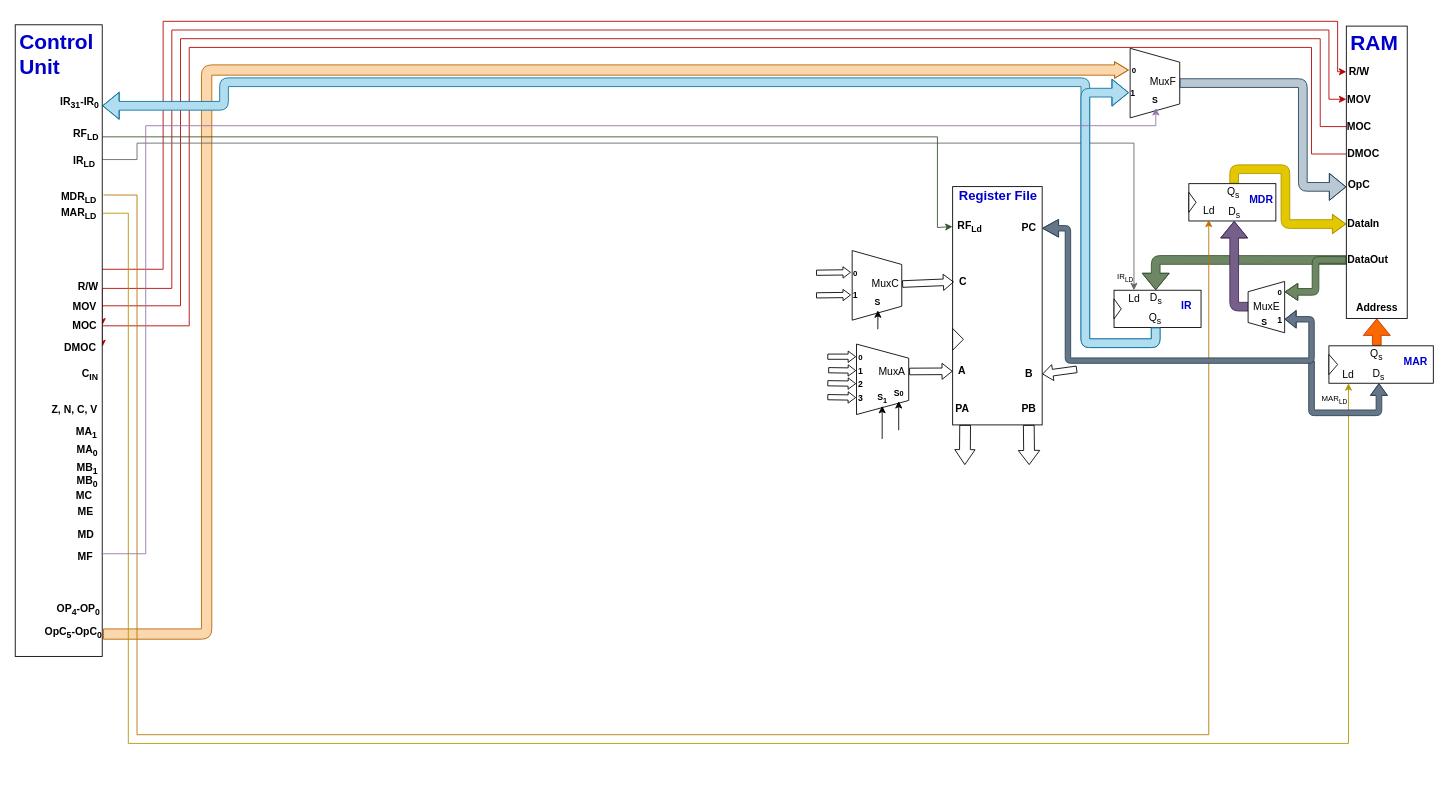
The draw.io diagram MIPS CPU Diagram.drawio in TheParodicts/MIPS_CPU_Diagram, before the edit. Source tidied: cells renumbered, new cells numbered last; positions are measured from the earlier drawing's top-left corner, leaving out a move shared by most shapes. Both pictures are drawn from the tidied source at 87%, with x=0, y=0 at pixel (15, 21).
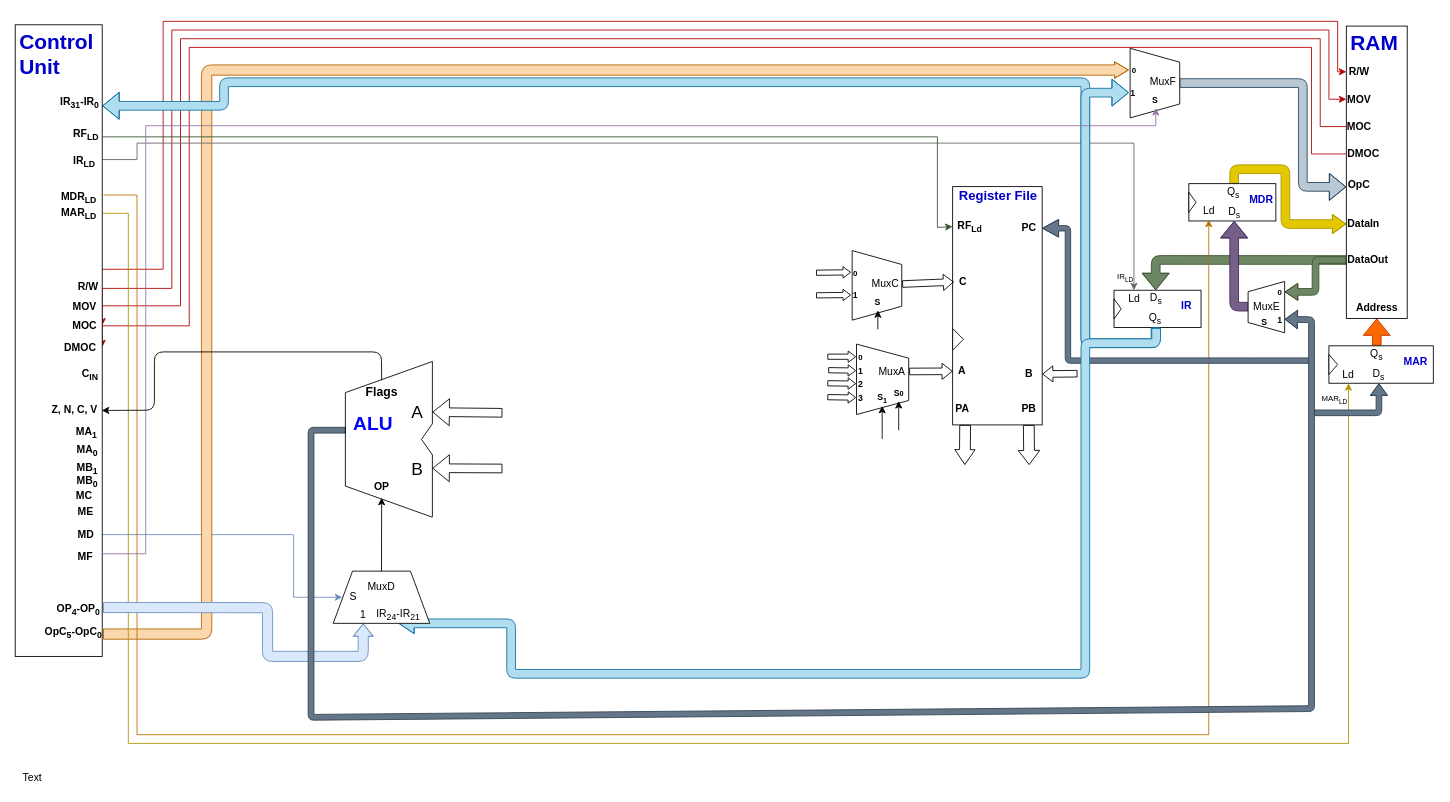
The same diagram, later.

Commit message:
ALU & MuxD

Unchanged cells that the change refers to:
```xml
<mxCell id="11" value="&lt;b&gt;PC&lt;/b&gt;" style="text;html=1;strokeColor=none;fillColor=none;align=center;verticalAlign=middle;whiteSpace=wrap;rounded=0;" parent="8" vertex="1">
  <mxGeometry x="72" y="38.5" width="30.9" height="18.7" as="geometry" />
</mxCell>
<mxCell id="16" value="&lt;b&gt;B&lt;/b&gt;" style="text;html=1;strokeColor=none;fillColor=none;align=center;verticalAlign=middle;whiteSpace=wrap;rounded=0;" parent="8" vertex="1">
  <mxGeometry x="72.1" y="206.1" width="30.9" height="18.7" as="geometry" />
</mxCell>
<mxCell id="31" value="D&lt;sub&gt;s&lt;/sub&gt;" style="text;html=1;strokeColor=none;fillColor=none;align=center;verticalAlign=middle;whiteSpace=wrap;rounded=0;" parent="26" vertex="1">
  <mxGeometry x="45" y="23.1" width="25" height="20" as="geometry" />
</mxCell>
<mxCell id="103" value="&lt;div style=&quot;text-align: right&quot;&gt;&lt;b&gt;Z, N, C, V&lt;/b&gt;&lt;/div&gt;" style="text;html=1;strokeColor=none;fillColor=none;align=center;verticalAlign=middle;whiteSpace=wrap;rounded=0;" parent="98" vertex="1">
  <mxGeometry x="36.5" y="433" width="63" height="20.5" as="geometry" />
</mxCell>
<mxCell id="109" value="&lt;div style=&quot;text-align: right&quot;&gt;&lt;b&gt;MD&lt;/b&gt;&lt;/div&gt;" style="text;html=1;" parent="98" vertex="1">
  <mxGeometry x="70" y="572" width="29" height="20" as="geometry" />
</mxCell>
<mxCell id="111" value="&lt;div style=&quot;text-align: right&quot;&gt;&lt;b&gt;OP&lt;sub&gt;4&lt;/sub&gt;-OP&lt;sub&gt;0&lt;/sub&gt;&lt;/b&gt;&lt;/div&gt;" style="text;html=1;" parent="98" vertex="1">
  <mxGeometry x="46" y="658" width="55" height="23.5" as="geometry" />
</mxCell>
<mxCell id="145" value="&lt;font size=&quot;1&quot;&gt;&lt;b&gt;1&lt;/b&gt;&lt;/font&gt;" style="text;html=1;strokeColor=none;fillColor=none;align=center;verticalAlign=middle;whiteSpace=wrap;rounded=0;" parent="144" vertex="1">
  <mxGeometry x="41" y="14.5" width="10" height="20" as="geometry" />
</mxCell>
```

Diff of the diagram source:
```diff
@@
+    <mxCell id="149" style="edgeStyle=orthogonalEdgeStyle;rounded=0;jettySize=auto;html=1;fontSize=14;fontColor=#000000;fillColor=#dae8fc;strokeColor=#6c8ebf;entryX=0;entryY=0.5;entryDx=0;entryDy=0;" parent="1" edge="1" source="109" target="177">
+      <mxGeometry relative="1" as="geometry">
+        <Array as="points">
+          <mxPoint x="320" y="590" />
+          <mxPoint x="320" y="662" />
+        </Array>
+      </mxGeometry>
+    </mxCell>
@@
     <mxCell id="36" style="shape=flexArrow;endArrow=classic;html=1;entryX=1;entryY=0.5;entryDx=0;entryDy=0;width=7.6;endSize=3.5655172413793106;endWidth=9.931034482758621;" parent="1" edge="1" target="16">
       <mxGeometry relative="1" as="geometry">
-        <mxPoint x="1220.5" y="400" as="sourcePoint" />
+        <mxPoint x="1221" y="405" as="sourcePoint" />
       </mxGeometry>
     </mxCell>
@@
     <mxCell id="141" style="shape=flexArrow;endArrow=classic;html=1;entryX=0.5;entryY=1;entryDx=0;entryDy=0;edgeStyle=orthogonalEdgeStyle;fillColor=#647687;strokeColor=#314354;endWidth=11.974040021633316;endSize=4.162790697674418;width=6.511627906976744;" parent="1" edge="1" target="31">
       <mxGeometry relative="1" as="geometry">
-        <mxPoint x="1490" y="390" as="sourcePoint" />
+        <mxPoint x="1490" y="450" as="sourcePoint" />
         <Array as="points">
-          <mxPoint x="1490" y="450" />
-          <mxPoint x="1567" y="450" />
+          <mxPoint x="1568" y="450" />
         </Array>
       </mxGeometry>
     </mxCell>
-    <mxCell id="142" style="shape=flexArrow;endArrow=classic;startArrow=classic;html=1;exitX=1;exitY=0.5;exitDx=0;exitDy=0;entryX=1;entryY=0.5;entryDx=0;entryDy=0;edgeStyle=orthogonalEdgeStyle;fillColor=#647687;strokeColor=#314354;startWidth=13.023255813953488;endWidth=13.023255813953488;startSize=5.78139534883721;endSize=3.9209302325581397;width=6.279069767441861;" parent="1" edge="1" source="11" target="145">
+    <mxCell id="142" style="shape=flexArrow;endArrow=none;startArrow=block;html=1;exitX=1;exitY=0.5;exitDx=0;exitDy=0;edgeStyle=orthogonalEdgeStyle;fillColor=#647687;strokeColor=#314354;startWidth=13.023255813953488;endWidth=13.023255813953488;startSize=5.78139534883721;endSize=3.9209302325581397;width=6.279069767441861;startFill=0;endFill=0;" parent="1" edge="1" source="11">
       <mxGeometry relative="1" as="geometry">
+        <mxPoint x="1490" y="390" as="targetPoint" />
         <Array as="points">
           <mxPoint x="1210" y="238" />
           <mxPoint x="1210" y="390" />
-          <mxPoint x="1490" y="390" />
-          <mxPoint x="1490" y="343" />
+          <mxPoint x="1420" y="390" />
         </Array>
       </mxGeometry>
     </mxCell>
@@
+    <mxCell id="150" value="Text" style="text;html=1;strokeColor=none;fillColor=none;align=center;verticalAlign=middle;whiteSpace=wrap;rounded=0;" parent="1" vertex="1">
+      <mxGeometry y="860" width="40" height="20" as="geometry" />
+    </mxCell>
+    <mxCell id="151" style="endArrow=classic;html=1;fontSize=12;fontColor=#000000;exitX=0.5;exitY=0;exitDx=0;exitDy=0;entryX=1;entryY=0.5;entryDx=0;entryDy=0;" parent="1" edge="1" source="170" target="103">
+      <mxGeometry relative="1" as="geometry">
+        <Array as="points">
+          <mxPoint x="421" y="380" />
+          <mxPoint x="160" y="380" />
+          <mxPoint x="160" y="447" />
+        </Array>
+      </mxGeometry>
+    </mxCell>
+    <mxCell id="152" style="endArrow=classic;html=1;fontSize=12;fontColor=#000000;entryX=0.5;entryY=1;entryDx=0;entryDy=0;exitX=0.5;exitY=0;exitDx=0;exitDy=0;" parent="1" edge="1" source="176" target="171">
+      <mxGeometry relative="1" as="geometry" />
+    </mxCell>
+    <mxCell id="153" style="shape=flexArrow;endArrow=classic;html=1;fontSize=14;fontColor=#000000;exitX=1;exitY=0.5;exitDx=0;exitDy=0;width=11.666666666666668;endSize=4.441666666666667;endWidth=10.277777777777777;fillColor=#dae8fc;strokeColor=#6c8ebf;entryX=0.5;entryY=1;entryDx=0;entryDy=0;" parent="1" edge="1" source="111" target="178">
+      <mxGeometry relative="1" as="geometry">
+        <Array as="points">
+          <mxPoint x="290" y="674" />
+          <mxPoint x="290" y="730" />
+          <mxPoint x="400" y="730" />
+        </Array>
+      </mxGeometry>
+    </mxCell>
+    <mxCell id="154" style="shape=flexArrow;endArrow=classic;html=1;exitX=0.5;exitY=1;exitDx=0;exitDy=0;edgeStyle=orthogonalEdgeStyle;fillColor=#b1ddf0;strokeColor=#10739e;endWidth=12.571428571428571;endSize=5.525714285714286;entryX=0.5;entryY=1;entryDx=0;entryDy=0;" parent="1" edge="1" target="179">
+      <mxGeometry relative="1" as="geometry">
+        <mxPoint x="1311.4" y="352.6" as="sourcePoint" />
+        <Array as="points">
+          <mxPoint x="1311" y="370" />
+          <mxPoint x="1230" y="370" />
+          <mxPoint x="1230" y="750" />
+          <mxPoint x="570" y="750" />
+        </Array>
+      </mxGeometry>
+    </mxCell>
+    <mxCell id="155" style="shape=flexArrow;html=1;fontSize=12;fontColor=#000000;fillColor=#647687;strokeColor=#314354;shadow=0;comic=0;endWidth=0;startArrow=block;startFill=0;endArrow=none;endFill=0;exitX=1;exitY=0.5;exitDx=0;exitDy=0;startWidth=13.492063492063492;startSize=4.409523809523809;width=6.666666666666666;" parent="1" edge="1" source="145">
+      <mxGeometry relative="1" as="geometry">
+        <mxPoint x="380" y="470" as="targetPoint" />
+        <Array as="points">
+          <mxPoint x="1490" y="343" />
+          <mxPoint x="1490" y="790" />
+          <mxPoint x="340" y="800" />
+          <mxPoint x="340" y="470" />
+        </Array>
+      </mxGeometry>
+    </mxCell>
+    <mxCell id="156" style="group;" parent="1" vertex="1">
+      <mxGeometry x="379.5" y="391" width="180.5" height="179" as="geometry" />
+    </mxCell>
+    <mxCell id="157" style="group;" parent="156" vertex="1">
+      <mxGeometry width="100" height="179" as="geometry" />
+    </mxCell>
+    <mxCell id="158" style="group;fontSize=14;" parent="157" vertex="1">
+      <mxGeometry width="100" height="179" as="geometry" />
+    </mxCell>
+    <mxCell id="159" style="endArrow=none;html=1;" parent="158" edge="1">
+      <mxGeometry relative="1" as="geometry">
+        <mxPoint y="143.2" as="sourcePoint" />
+        <mxPoint x="100" y="179" as="targetPoint" />
+      </mxGeometry>
+    </mxCell>
+    <mxCell id="160" style="endArrow=none;html=1;snapToPoint=0;" parent="158" edge="1">
+      <mxGeometry relative="1" as="geometry">
+        <mxPoint x="100" as="sourcePoint" />
+        <mxPoint y="35.8" as="targetPoint" />
+      </mxGeometry>
+    </mxCell>
+    <mxCell id="161" style="endArrow=none;html=1;" parent="158" edge="1">
+      <mxGeometry relative="1" as="geometry">
+        <mxPoint x="100" as="sourcePoint" />
+        <mxPoint x="100" y="71.6" as="targetPoint" />
+      </mxGeometry>
+    </mxCell>
+    <mxCell id="162" style="endArrow=none;html=1;" parent="158" edge="1">
+      <mxGeometry relative="1" as="geometry">
+        <mxPoint x="100" y="107" as="sourcePoint" />
+        <mxPoint x="100" y="178.6" as="targetPoint" />
+      </mxGeometry>
+    </mxCell>
+    <mxCell id="163" style="group;" parent="158" vertex="1">
+      <mxGeometry y="21.5" width="100" height="135.1" as="geometry" />
+    </mxCell>
+    <mxCell id="164" style="endArrow=none;html=1;" parent="163" edge="1">
+      <mxGeometry relative="1" as="geometry">
+        <mxPoint y="14.3" as="sourcePoint" />
+        <mxPoint y="121.7" as="targetPoint" />
+      </mxGeometry>
+    </mxCell>
+    <mxCell id="165" style="endArrow=none;html=1;" parent="163" edge="1">
+      <mxGeometry relative="1" as="geometry">
+        <mxPoint x="100" y="50.1" as="sourcePoint" />
+        <mxPoint x="87.5" y="68" as="targetPoint" />
+      </mxGeometry>
+    </mxCell>
+    <mxCell id="166" style="endArrow=none;html=1;" parent="163" edge="1">
+      <mxGeometry relative="1" as="geometry">
+        <mxPoint x="100" y="85.9" as="sourcePoint" />
+        <mxPoint x="87.5" y="68" as="targetPoint" />
+      </mxGeometry>
+    </mxCell>
+    <mxCell id="167" value="&lt;b&gt;&lt;font style=&quot;font-size: 22px&quot;&gt;ALU&lt;/font&gt;&lt;/b&gt;" style="text;html=1;strokeColor=none;fillColor=none;align=center;verticalAlign=middle;whiteSpace=wrap;rounded=0;fontSize=20;fontColor=#0000FF;" parent="163" vertex="1">
+      <mxGeometry x="15.8" y="41.2" width="33.3" height="17.9" as="geometry" />
+    </mxCell>
+    <mxCell id="168" value="A" style="text;html=1;strokeColor=none;fillColor=none;align=center;verticalAlign=middle;whiteSpace=wrap;rounded=0;fontSize=20;fontColor=#000000;" parent="163" vertex="1">
+      <mxGeometry x="66.7" y="27.7" width="33.3" height="17.9" as="geometry" />
+    </mxCell>
+    <mxCell id="169" value="B" style="text;html=1;strokeColor=none;fillColor=none;align=center;verticalAlign=middle;whiteSpace=wrap;rounded=0;fontSize=20;fontColor=#000000;" parent="163" vertex="1">
+      <mxGeometry x="66.7" y="92.2" width="33.3" height="17.9" as="geometry" />
+    </mxCell>
+    <mxCell id="170" value="Flags" style="text;html=1;strokeColor=none;fillColor=none;align=center;verticalAlign=middle;whiteSpace=wrap;rounded=0;fontSize=14;fontColor=#000000;fontStyle=1;" parent="163" vertex="1">
+      <mxGeometry x="25" width="33.3" height="26" as="geometry" />
+    </mxCell>
+    <mxCell id="171" value="OP" style="text;html=1;strokeColor=none;fillColor=none;align=center;verticalAlign=middle;whiteSpace=wrap;rounded=0;fontSize=12;fontColor=#000000;fontStyle=1;" parent="163" vertex="1">
+      <mxGeometry x="25" y="110.1" width="33.3" height="25.1" as="geometry" />
+    </mxCell>
+    <mxCell id="172" style="shape=flexArrow;endArrow=classic;html=1;fontSize=12;fontColor=#000000;entryX=1;entryY=0.5;entryDx=0;entryDy=0;" parent="156" edge="1" target="168">
+      <mxGeometry relative="1" as="geometry">
+        <mxPoint x="180.5" y="59" as="sourcePoint" />
+      </mxGeometry>
+    </mxCell>
+    <mxCell id="173" style="shape=flexArrow;endArrow=classic;html=1;fontSize=12;fontColor=#000000;entryX=1;entryY=0.5;entryDx=0;entryDy=0;" parent="156" edge="1" target="169">
+      <mxGeometry relative="1" as="geometry">
+        <mxPoint x="180.5" y="123" as="sourcePoint" />
+      </mxGeometry>
+    </mxCell>
+    <mxCell id="174" style="group;" parent="1" vertex="1">
+      <mxGeometry x="365.5" y="632" width="111" height="60" as="geometry" />
+    </mxCell>
+    <mxCell id="175" style="shape=trapezoid;perimeter=trapezoidPerimeter;whiteSpace=wrap;html=1;rotation=0;" parent="174" vertex="1">
+      <mxGeometry width="111" height="60" as="geometry" />
+    </mxCell>
+    <mxCell id="176" value="&lt;font style=&quot;font-size: 12px&quot;&gt;MuxD&lt;/font&gt;" style="text;html=1;strokeColor=none;fillColor=none;align=center;verticalAlign=middle;whiteSpace=wrap;rounded=0;fontSize=14;fontColor=#000000;" parent="174" vertex="1">
+      <mxGeometry x="25.5" y="7" width="60" height="20" as="geometry" />
+    </mxCell>
+    <mxCell id="177" value="&amp;nbsp; S" style="text;html=1;verticalAlign=middle;" parent="174" vertex="1">
+      <mxGeometry x="10.5" y="20" width="34" height="20" as="geometry" />
+    </mxCell>
+    <mxCell id="178" value="1" style="text;html=1;strokeColor=none;fillColor=none;align=center;verticalAlign=middle;whiteSpace=wrap;rounded=0;fontSize=12;fontColor=#000000;" parent="174" vertex="1">
+      <mxGeometry x="14.5" y="40" width="40" height="20" as="geometry" />
+    </mxCell>
+    <mxCell id="179" value="&lt;font style=&quot;font-size: 12px&quot;&gt;IR&lt;sub&gt;24&lt;/sub&gt;-IR&lt;sub&gt;21&lt;/sub&gt;&lt;/font&gt;" style="text;html=1;strokeColor=none;fillColor=none;align=center;verticalAlign=middle;whiteSpace=wrap;rounded=0;fontSize=12;fontColor=#000000;" parent="174" vertex="1">
+      <mxGeometry x="44.5" y="40" width="61" height="20" as="geometry" />
+    </mxCell>
```
